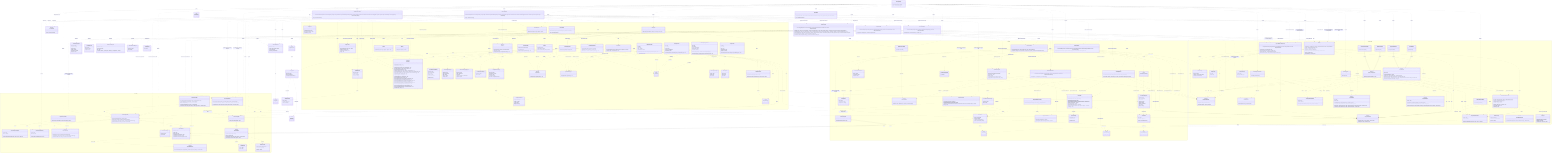
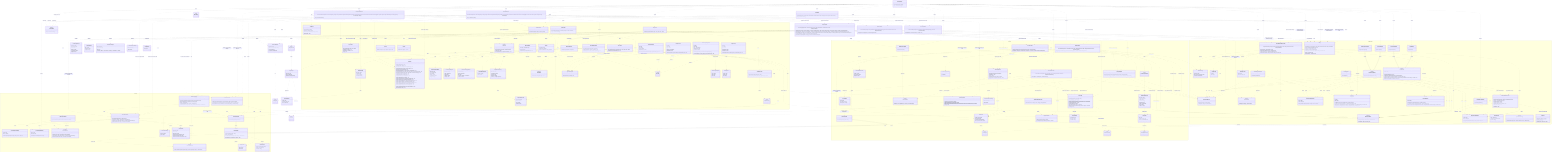
%% Authoritative, system-wide contract chart: every class and every relationship,
%% including the cross-domain interactions between modules.
%% For focused, per-domain views (intra-domain relationships only), see
%% docs/contracts/domains/ (one chart per domain + a README).
classDiagram
  direction TB

  class LicenseWizard {
    +LicenseWizard(args: string[])
    +run() Promise~Answer[]~
  }

  class IWizardMode {
    <<interface>>
    +run() Promise~Answer[]~
  }

  class InteractiveMode {
    +InteractiveMode(licenses: LicenseRepository, config: Config, manifests: ProjectManifestRepository, installer: LicenseInstaller, generator: LicenseGenerator, headers: HeaderApplier, renderer: IRenderer, reporter: IReporter, flags: WizardFlags)
    +run() Promise~Answer[]~
  }

  class NonInteractiveMode {
    +NonInteractiveMode(licenses: LicenseRepository, config: Config, manifests: ProjectManifestRepository, installer: LicenseInstaller, generator: LicenseGenerator, headers: HeaderApplier, reporter: IReporter, flags: WizardFlags, saveTargetByFlag: Record~string, string~)
    +run() Promise~Answer[]~
  }

  class VerifyMode {
    +VerifyMode(verifier: LicenseVerifier, headerVerifier: HeaderVerifier, config: Config, reporter: IReporter, strict: boolean)
    +run() Promise~Answer[]~
  }

  class WizardFlags {
    <<type>>
  }

  class HeaderApplier {
    +HeaderApplier(licenses: LicenseRepository, reader: IFileSystemReader & IPathResolver, writer: IFileSystemWriter)
    +apply(licenseId: string, style: HeaderStyle, comment: HeaderComment, tokens: Record~string, string~, extraIgnores: string[]) Promise~HeaderApplyReport~
    +preview(licenseId: string, style: HeaderStyle, comment: HeaderComment, tokens: Record~string, string~, extraIgnores: string[]) Promise~HeaderPreview | null~
    +forceApply(licenseId: string, style: HeaderStyle, comment: HeaderComment, tokens: Record~string, string~, file: string, options?: object) Promise~HeaderForceReport~
    +remove(extraIgnores: string[]) Promise~HeaderRemovalReport~
    +previewRemoval(extraIgnores: string[]) Promise~HeaderRemovalReport~
  }

  class HeaderApplyReport {
    +licenseId: string
    +style: HeaderStyle
    +total: number
    +written: number
    +unchanged: number
    +skipped: string[]
  }

  class HeaderPreview {
    +files: string[]
    +skipped: string[]
    +sample: string
  }

  class HeaderForceReport {
    +licenseId: string
    +style: HeaderStyle
    +file: string
    +outcome: "written" | "unchanged" | "missing" | "unsupported" | "outside"
  }

  class HeaderRemovalReport {
    +removed: string[]
    +total: number
  }

  class LicenseInstaller {
    +LicenseInstaller(config: Config, manifests: ProjectManifestRepository, generator: LicenseGenerator)
    +install(selection: LicenseSelection) Promise~void~
  }

  class LicenseVerifier {
    +LicenseVerifier(config: Config, manifests: ProjectManifestRepository, generator: LicenseGenerator, reader: IFileSystemReader)
    +verify(options: VerifyOptions) Promise~VerifyOutcome~
  }

  class LicenseSelection {
    +licenseId: string
    +tokens: Record~string, string~
    +save: ConfigSave
    +headers?: HeaderConfig
  }

  class ConfigSave {
    <<union>>
  }

  class VerifyOptions {
    +fix: boolean
  }

  class VerifyOutcome {
    <<union>>
  }

  class VerifyReport {
    +licenseId: string
    +license: DriftStatus
    +manifests: ManifestCheck[]
  }

  class ManifestCheck {
    +name: string
    +declared: string | null
    +status: DriftStatus
  }

  class DriftStatus {
    <<union>>
  }

  namespace CLI {
    class FlagParser {
      +FlagParser(flags: object)
      +parse(args: string[]) object
+       +resolveDependencies(flags: object) string
      +formatHelp() string
    }

    class Orchestrator {
      +Orchestrator(repository: QuestionRepository, renderer: IRenderer)
      +run() Promise~Answer[]~
    }

    class IRenderer {
      <<interface>>
      +render(question: Question) Promise~Answer~
      +onCancel() string
      +complete(summary: CompletionSummary) void
    }

    class CompletionSummary {
      +licenseId: string
      +customized: boolean
      +savedTo: string
      +manifests: string[]
      +headers?: CompletionHeaders
    }

    class CompletionHeaders {
      +style: HeaderStyle
      +written: number
      +total: number
      +skipped: string[]
    }

    class ProgressBar {
      +ProgressBar(label: string, out?: object)
      +start(total: number) void
      +update(done: number) void
      +stop() void
    }

    class ClackRenderer {
      +ClackRenderer(meta: object, spinner: Spinner)
    }

    class IReporter {
      <<interface>>
      +usage(options: string) void
      +version(version: string) void
      +tokens(licenseId: string, slots: TemplateSlot[]) void
      +generated(licenseId: string, savedTo: string) void
      +dryRun(report: DryRunReport) void
      +missingFields(licenseId: string, missing: TemplateSlot[]) void
      +unknownFields(licenseId: string, unknown: string[], slots: TemplateSlot[]) void
      +licenseNotFound(licenseId: string, suggestions: LicenseIndexEntry[]) void
      +verifyMatch(report: VerifyReport) void
      +verifyFixed(report: VerifyReport) void
      +verifyMismatch(report: VerifyReport) void
      +headersNoFiles(licenseId: string) void
      +headersGenerated(report: HeaderGenerateReport) void
      +headersDryRun(report: HeaderDryRunReport) void
      +headersForceApplied(report: HeaderForceApplyReport) void
      +headersRemoved(report: HeaderRemoveReport) void
      +headersRemoveDryRun(report: HeaderRemoveReport) void
      +headersVerifyMatch(report: HeaderVerifyReport) void
      +headersVerifyFixed(report: HeaderVerifyReport) void
      +headersVerifyMismatch(report: HeaderVerifyReport) void
      +error(message: string) void
    }

    class HeaderGenerateReport {
      +licenseId: string
      +style: HeaderStyle
      +total: number
      +written: number
      +unchanged: number
      +skipped: string[]
    }

    class HeaderDryRunReport {
      +licenseId: string
      +style: HeaderStyle
      +files: string[]
      +skipped: string[]
      +sample: string
    }

    class HeaderForceApplyReport {
      +licenseId: string
      +style: HeaderStyle
      +file: string
      +outcome: "written" | "unchanged"
      +dryRun: boolean
    }

    class HeaderRemoveReport {
      +removed: string[]
      +total: number
    }

    class DryRunReport {
      +licenseId: string
      +content: string
      +save: ConfigSave
      +manifests: string[]
    }

    class MessageReporter {
      +MessageReporter(sink: IOutputSink)
    }

    class CliReporter {
      +CliReporter(programName: string, out?: object, err?: object)
    }

    class IOutputSink {
      <<interface>>
      +emit(message: OutputMessage) void
    }

    class StreamSink {
      +StreamSink(presenter: ReportPresenter, out?: object, err?: object)
      +emit(message: OutputMessage) void
    }

    class RecordingSink {
      +RecordingSink()
      +emit(message: OutputMessage) void
      +messages: OutputMessage[]
    }

    class ReportPresenter {
      +ReportPresenter(programName: string)
      +present(message: OutputMessage, options: object) string
    }

    class OutputMessage {
      <<union>>
    }

    class Banner {
      +buildBanner(meta: object, options: object) string
    }

    class Spinner {
      +start(handle: object) Function
    }

    class QuestionRepository {
      +QuestionRepository(questions: Question[])
      +getByIndex(index: number) Question | null
      +insertAt(index: number, questions: Question[]) void
    }

    class QuestionLifecycle {
      +inject(questions: Question[]) void
    }

    class Question {
      <<union>>
    }

    class TextQuestion {
      +id: string
      +text: string
      +type: "text"
      +defaultValue: string
      +required?: boolean
      +onAnswer(answer: Answer, lifecycle: QuestionLifecycle) void
    }

    class ConfirmQuestion {
      +id: string
      +text: string
      +type: "confirm"
      +defaultValue: boolean
      +onAnswer(answer: Answer, lifecycle: QuestionLifecycle) void
    }

    class AutocompleteQuestion {
      +id: string
      +text: string
      +type: "autocomplete"
      +defaultValue: string
      +required?: boolean
      +search(query: string) Promise~AutocompleteOption[]~
      +onAnswer(answer: Answer, lifecycle: QuestionLifecycle) void
    }

    class AutocompleteOption {
      +value: string
      +label: string
      +hint: string
    }

    class SelectQuestion {
      +id: string
      +text: string
      +type: "select"
      +options: SelectOption[]
      +defaultValue: string
      +onAnswer(answer: Answer, lifecycle: QuestionLifecycle) void
    }

    class SelectOption {
      +value: string
      +label: string
      +hint: string
    }

    class Answer {
      +questionId: string
      +value: string | boolean
      +fields: Record~string, string | boolean~
    }
  }

  namespace Licensing {
    class LicenseRepository {
      +LicenseRepository(source: ILicenseSource)
      +search(query: string) Promise~LicenseIndexEntry[]~
      +suggest(query: string, limit: number) Promise~LicenseIndexEntry[]~
      +getLicense(licenseId: string) Promise~LicenseDetail~
    }

    class LicenseRepositoryError {
      +name: string
      +cause: unknown
      +LicenseRepositoryError(message: string, cause?: unknown)
    }

    class LicenseNotFoundError {
      +name: string
      +licenseId: string
      +LicenseNotFoundError(licenseId: string)
    }

    class ILicenseSource {
      <<interface>>
      +search(query: string) Promise~LicenseIndexEntry[]~
      +suggest(query: string, limit: number) Promise~LicenseIndexEntry[]~
      +fetchLicense(licenseId: string) Promise~LicenseDetail~
    }

    class SpdxLicenseSource {
      +SpdxLicenseSource(ttlMs?: number, timeoutMs?: number)
    }

    class LicenseIndexEntry {
      +licenseId: string
      +name: string
    }

    class LicenseDetail {
      +licenseId: string
      +name: string
      +licenseText: string
      +standardLicenseTemplate?: string
      +standardLicenseHeader?: string
      +standardLicenseHeaderTemplate?: string
    }

    class SpdxTemplate {
      <<abstract>>
      +SpdxTemplate(template: string)
      +slots() TemplateSlot[]
      +resolveSlots(entries: Map~string, string~) SlotResolution
      +render(values: Record~string, string~) string
    }

    class LicenseTemplate {
      +LicenseTemplate(template: string)
    }

    class LicenseCopyright {
      +LicenseCopyright(bodyTemplate: string, headerTemplate: string)
      +fromDetail(detail: LicenseDetail)$ LicenseCopyright
      +slots() TemplateSlot[]
      +requiredSlots(fullHeader: boolean) TemplateSlot[]
      +resolveFor(entries: Map~string, string~, fullHeader: boolean) SlotResolution
    }

    class resolveSlotEntries {
      <<function>>
      +resolveSlotEntries(slots: TemplateSlot[], entries: Map~string, string~) SlotResolution
    }

    class TemplateSlot {
      +token: string
      +label: string
    }

    class SlotResolution {
      +values: Record~string, string~
      +missing: TemplateSlot[]
      +unknown: string[]
    }

    class LicenseGenerator {
      +LicenseGenerator(repository: LicenseRepository, writer: IFileSystemWriter)
      +generate(licenseId: string, slotValues?: Record~string, string~) Promise~void~
      +render(licenseId: string, slotValues?: Record~string, string~) Promise~string~
    }
  }

  namespace Configuration {
    class IFileSystemReader {
      <<interface>>
      +read(path: string) Promise~string~
      +exists(path: string) Promise~boolean~
    }

    class IPathResolver {
      <<interface>>
      +realPath(path: string) Promise~string~
    }

    class IFileSystemWriter {
      <<interface>>
      +write(path: string, content: string) Promise~void~
      +delete(path: string) Promise~void~
    }

    class NodeFileSystemReader {
      +NodeFileSystemReader()
    }

    class NodeFileSystemWriter {
      +NodeFileSystemWriter()
    }

    class FileSystemReaderError {
      +name: string
      +cause: unknown
      +FileSystemReaderError(message: string, cause?: unknown)
    }

    class FileSystemWriterError {
      +name: string
      +cause: unknown
      +FileSystemWriterError(message: string, cause?: unknown)
    }

    class WizardConfig {
      +licenseId: string
      +tokens?: Record~string, string~
      +headers?: HeaderConfig
    }

    class HeaderConfig {
      +style: HeaderStyle
      +comment?: HeaderComment
      +ignore?: string[]
    }

    class parseWizardConfig {
      <<function>>
      +parseWizardConfig(value: unknown, fileName: string) WizardConfig
    }

    class ConfigTarget {
      +id: string
      +label: string
    }

    class IConfigStore {
      <<interface>>
      +id: string
      +label: string
      +available(reader: IFileSystemReader) Promise~boolean~
      +read(reader: IFileSystemReader) Promise~WizardConfig | null~
      +write(reader: IFileSystemReader, writer: IFileSystemWriter, config: WizardConfig) Promise~void~
      +clear(reader: IFileSystemReader, writer: IFileSystemWriter) Promise~void~
    }

    class RcConfigStore {
      +RcConfigStore()
    }

    class ManifestConfigStore {
      <<abstract>>
      +ManifestConfigStore(fileName: string)
    }

    class NpmConfigStore {
      +NpmConfigStore()
    }

    class ComposerConfigStore {
      +ComposerConfigStore()
    }

    class Config {
      +Config(stores: IConfigStore[], reader: IFileSystemReader, writer: IFileSystemWriter)
      +read() Promise~WizardConfig | null~
      +source() Promise~string | null~
      +targets() Promise~ConfigTarget[]~
      +write(config: WizardConfig, targetId: string) Promise~void~
      +clear() Promise~void~
      +clearHeaders() Promise~void~
    }

    class IProjectManifest {
      <<interface>>
      +name: string
      +exists(reader: IFileSystemReader) Promise~boolean~
      +readLicense(reader: IFileSystemReader) Promise~string | null~
      +writeLicense(reader: IFileSystemReader, writer: IFileSystemWriter, licenseId: string) Promise~void~
    }

    class JsonManifest {
      <<abstract>>
      +JsonManifest(fileName: string)
      +name: string
      +exists(reader: IFileSystemReader) Promise~boolean~
      +readLicense(reader: IFileSystemReader) Promise~string | null~
      +writeLicense(reader: IFileSystemReader, writer: IFileSystemWriter, licenseId: string) Promise~void~
      #extractLicenseId(value: unknown)* string | null
    }

    class NpmManifest {
      +NpmManifest()
    }

    class ComposerManifest {
      +ComposerManifest()
    }

    class ProjectManifestRepository {
      +ProjectManifestRepository(manifests: IProjectManifest[], reader: IFileSystemReader, writer: IFileSystemWriter)
      +readLicense() Promise~string | null~
      +writeLicense(licenseId: string) Promise~void~
      +declaredLicenses() Promise~ManifestLicense[]~
      +writeLicenseTo(name: string, licenseId: string) Promise~void~
    }

    class ManifestLicense {
      +name: string
      +licenseId: string | null
    }

    class JsonManifestDocument {
      +read(raw: string, fileName: string)$ JsonManifestDocument
      +empty()$ JsonManifestDocument
      +has(field: string) boolean
      +get(field: string) unknown
      +set(field: string, value: unknown) void
      +delete(field: string) void
      +serialize() string
    }

    class JsonStyle {
      +detect(raw: string)$ JsonStyle
      +default()$ JsonStyle
      +serialize(value: unknown) string
    }
  }

  namespace Headers {
    class HeaderPlan {
      +detail: LicenseDetail
      +style: HeaderStyle
      +comment: HeaderComment
      +tokens: Record~string, string~
    }

    class HeaderStyle {
      <<union>>
    }

    class HeaderComment {
      <<union>>
    }

    class HeaderRenderer {
      +HeaderRenderer(plan: HeaderPlan)
      +supportsFull(detail: LicenseDetail)$ boolean
      +fullHeaderHasUnfilledPlaceholders(detail: LicenseDetail, tokens: Record~string, string~)$ boolean
      +body() string
    }

    class HeaderTemplate {
      +HeaderTemplate(template: string)
    }

    class HeaderComposer {
      +HeaderComposer(plan: HeaderPlan)
      +fingerprint() string
      +block() string
      +hasManaged(content: string) boolean
      +apply(content: string, filePath: string) string
    }

    class SourceFileScanner {
      +SourceFileScanner(walker: IFileTreeWalker, reader: IFileSystemReader, matchers?: GitignoreMatcherFactory)
      +scan(options?: ScanOptions) Promise~string[]~
    }

    class ScanOptions {
      +root?: string
      +extensions?: string[]
      +extraIgnores?: string[]
    }

    class GitignoreMatcher {
      +GitignoreMatcher(patterns: string[])
      +ignores(path: string, isDirectory: boolean) boolean
    }

    class GitignoreMatcherFactory {
      +fromContent(content: string, extra?: string[]) GitignoreMatcher
    }

    class IFileTreeWalker {
      <<interface>>
      +walk(root: string, skipDirectory: Function) Promise~string[]~
    }

    class NodeFileTreeWalker {
      +NodeFileTreeWalker()
    }

    class HeaderInstaller {
      +HeaderInstaller(reader: IFileSystemReader, writer: IFileSystemWriter)
      +install(files: string[], plan: HeaderPlan, onProgress?: Function) Promise~HeaderInstallSummary~
    }

    class HeaderInstallSummary {
      +written: string[]
      +unchanged: string[]
      +skipped: string[]
    }

    class SourceFile {
      +SourceFile(content: string, path: string)
      +extensionOf(path: string)$ string
      +commentStyleFor(comment?: HeaderComment)$ CommentStyle
      +hasManagedHeader() boolean
      +canPlaceHeader() boolean
      +withoutManagedHeaders() SourceFile
      +withManagedHeader(block: string, options?: object) SourceFile
      +toString() string
    }

    class CommentStyle {
      +blockStart: string
      +linePrefix: string
      +blockEnd: string
    }

    class HeaderRemover {
      +HeaderRemover(reader: IFileSystemReader, writer: IFileSystemWriter)
      +remove(files: string[], onProgress?: Function) Promise~HeaderRemoveSummary~
    }

    class HeaderRemoveSummary {
      +removed: string[]
      +total: number
    }

    class HeaderVerifier {
      +HeaderVerifier(scanner: SourceFileScanner, reader: IFileSystemReader, writer: IFileSystemWriter, licenses: LicenseRepository)
      +verify(config: WizardConfig, options: HeaderVerifyOptions) Promise~HeaderVerifyOutcome~
    }

    class HeaderVerifyOptions {
      +fix: boolean
    }

    class HeaderVerifyOutcome {
      <<union>>
    }

    class HeaderVerifyReport {
      +licenseId: string
      +style: HeaderStyle
      +total: number
      +matched: string[]
      +missing: string[]
      +drifted: HeaderDrift[]
      +fixed: string[]
      +skipped: string[]
    }

    class HeaderDrift {
      +file: string
      +declares: object | null
      +reason: HeaderDriftReason
    }

    class HeaderDriftReason {
      <<union>>
    }
  }

  TextQuestion ..|> Question : member of
  ConfirmQuestion ..|> Question : member of
  AutocompleteQuestion ..|> Question : member of
  SelectQuestion ..|> Question : member of
  TextQuestion ..> QuestionLifecycle : onAnswer receives
  ConfirmQuestion ..> QuestionLifecycle : onAnswer receives
  AutocompleteQuestion ..> QuestionLifecycle : onAnswer receives
  SelectQuestion ..> QuestionLifecycle : onAnswer receives
  SelectQuestion ..> SelectOption : offers
  Orchestrator ..> QuestionLifecycle : creates
  ClackRenderer ..|> IRenderer : implements
  ClackRenderer ..> Spinner : uses
  ClackRenderer ..> Banner : renders
  IRenderer ..> CompletionSummary : renders
  ClackRenderer ..> CompletionSummary : renders
  MessageReporter ..|> IReporter : implements
  CliReporter --|> MessageReporter : terminal wiring
  MessageReporter ..> IOutputSink : emits to
  MessageReporter ..> OutputMessage : builds
  StreamSink ..|> IOutputSink : implements
  RecordingSink ..|> IOutputSink : implements
  StreamSink ..> ReportPresenter : renders with
  ReportPresenter ..> OutputMessage : renders
  CliReporter ..> StreamSink : wires
  CliReporter ..> ReportPresenter : wires
  MessageReporter ..> TemplateSlot : reads
  MessageReporter ..> VerifyReport : reads
  MessageReporter ..> DryRunReport : reads
  %% Composition root: LicenseWizard parses flags, builds the shared graph, and
  %% delegates each run to one of the three modes through IWizardMode.
  LicenseWizard ..> FlagParser : uses
  LicenseWizard ..> WizardFlags : parses
  LicenseWizard ..> CliReporter : creates
  LicenseWizard ..> IReporter : reports usage through
  LicenseWizard ..> ClackRenderer : creates
  LicenseWizard ..> SpdxLicenseSource : creates
  LicenseWizard ..> LicenseRepository : creates
  LicenseWizard ..> LicenseGenerator : creates
  LicenseWizard ..> LicenseInstaller : creates
  LicenseWizard ..> HeaderApplier : creates
  LicenseWizard ..> LicenseVerifier : creates
  LicenseWizard ..> IWizardMode : delegates the run to
  LicenseWizard ..> InteractiveMode : creates
  LicenseWizard ..> NonInteractiveMode : creates
  LicenseWizard ..> VerifyMode : creates
  InteractiveMode ..|> IWizardMode : implements
  NonInteractiveMode ..|> IWizardMode : implements
  VerifyMode ..|> IWizardMode : implements

  %% Interactive mode: the prompt-driven setup flow.
  InteractiveMode ..> ClackRenderer : renders through
  InteractiveMode ..> IRenderer : reports completion through
  InteractiveMode ..> Orchestrator : creates
  InteractiveMode ..> QuestionRepository : creates
  InteractiveMode ..> LicenseRepository : searches and resolves with
  InteractiveMode ..> LicenseTemplate : creates
  InteractiveMode ..> HeaderRenderer : checks full-header support with
  InteractiveMode ..> LicenseInstaller : applies selection through
  InteractiveMode ..> HeaderApplier : applies headers through
  InteractiveMode ..> LicenseGenerator : renders dry-run preview through
  InteractiveMode ..> Config : reads config and targets from
  InteractiveMode ..> ProjectManifestRepository : reads and reports manifests through
  InteractiveMode ..> IReporter : reports dry-run through
  InteractiveMode ..> LicenseSelection : builds
  InteractiveMode ..> DryRunReport : builds

  %% Non-interactive mode: flag-driven generation, apply-config, and removal.
  NonInteractiveMode ..> LicenseRepository : resolves and suggests with
  NonInteractiveMode ..> LicenseTemplate : creates
  NonInteractiveMode ..> HeaderRenderer : checks full-header support with
  NonInteractiveMode ..> LicenseInstaller : applies selection through
  NonInteractiveMode ..> HeaderApplier : applies headers through
  NonInteractiveMode ..> LicenseGenerator : renders dry-run preview through
  NonInteractiveMode ..> Config : reads config and clears headers through
  NonInteractiveMode ..> ProjectManifestRepository : reports manifests through
  NonInteractiveMode ..> IReporter : reports through
  NonInteractiveMode ..> LicenseSelection : builds
  NonInteractiveMode ..> DryRunReport : builds
  NonInteractiveMode ..> LicenseNotFoundError : handles

  %% Verify mode: LICENSE/manifest and source-header verification.
  VerifyMode ..> LicenseVerifier : verifies through
  VerifyMode ..> HeaderVerifier : verifies headers through
  VerifyMode ..> Config : reads config from
  VerifyMode ..> IReporter : reports through

  LicenseInstaller ..> Config : uses
  LicenseInstaller ..> ProjectManifestRepository : writes selection to
  LicenseInstaller ..> LicenseGenerator : uses
  LicenseInstaller ..> LicenseSelection : applies
  LicenseVerifier ..> Config : reads config from
  LicenseVerifier ..> ProjectManifestRepository : checks and reconciles manifests through
  LicenseVerifier ..> LicenseGenerator : re-renders and rewrites with
  LicenseVerifier ..> IFileSystemReader : reads LICENSE through
  LicenseVerifier ..> VerifyOptions : configured by
  LicenseVerifier ..> VerifyOutcome : returns
  VerifyOutcome ..> VerifyReport : carries
  VerifyReport ..> ManifestCheck : aggregates
  VerifyReport ..> DriftStatus : statuses by
  ManifestCheck ..> DriftStatus : status by
  ProjectManifestRepository ..> ManifestLicense : produces
  LicenseSelection ..> ConfigSave : has
  DryRunReport ..> ConfigSave : carries
  Orchestrator ..> QuestionRepository : gets questions from
  Orchestrator ..> IRenderer : feeds questions to
  ClackRenderer ..> Question : renders
  QuestionRepository ..> Question : produces
  AutocompleteQuestion ..> AutocompleteOption : search produces
  Orchestrator ..> Answer : collects
  SpdxLicenseSource ..|> ILicenseSource : implements
  LicenseRepository ..> ILicenseSource : uses
  LicenseRepository ..> LicenseIndexEntry : produces
  LicenseRepository ..> LicenseDetail : produces
  LicenseRepository ..> LicenseRepositoryError : throws
  LicenseRepository ..> LicenseNotFoundError : throws
  SpdxLicenseSource ..> LicenseNotFoundError : throws
  MessageReporter ..> LicenseIndexEntry : reads
  LicenseGenerator ..> LicenseRepository : uses
  LicenseGenerator ..> IFileSystemWriter : uses
  LicenseGenerator ..> LicenseTemplate : uses
  LicenseTemplate --|> SpdxTemplate : extends
  LicenseCopyright ..> LicenseTemplate : parses body and header with
  LicenseCopyright ..> resolveSlotEntries : resolves with
  SpdxTemplate ..> resolveSlotEntries : resolves with
  HeaderTemplate --|> SpdxTemplate : extends
  SpdxTemplate ..> TemplateSlot : produces
  SpdxTemplate ..> SlotResolution : produces
  NodeFileSystemReader ..|> IFileSystemReader : implements
  NodeFileSystemReader ..|> IPathResolver : implements
  NodeFileSystemWriter ..|> IFileSystemWriter : implements
  NodeFileSystemReader ..> FileSystemReaderError : throws
  NodeFileSystemWriter ..> FileSystemWriterError : throws
  Config ..> IConfigStore : coordinates
  Config ..> IFileSystemReader : uses
  Config ..> IFileSystemWriter : uses
  Config ..> WizardConfig : produces
  Config ..> ConfigTarget : produces
  Config ..> FileSystemWriterError : throws
  RcConfigStore ..|> IConfigStore : implements
  ManifestConfigStore ..|> IConfigStore : implements
  NpmConfigStore --|> ManifestConfigStore : extends
  ComposerConfigStore --|> ManifestConfigStore : extends
  RcConfigStore ..> IFileSystemReader : uses
  RcConfigStore ..> IFileSystemWriter : uses
  RcConfigStore ..> FileSystemReaderError : throws
  RcConfigStore ..> FileSystemWriterError : throws
  ManifestConfigStore ..> IFileSystemReader : uses
  ManifestConfigStore ..> IFileSystemWriter : uses
  ManifestConfigStore ..> FileSystemReaderError : throws
  ManifestConfigStore ..> FileSystemWriterError : throws
  JsonManifest ..|> IProjectManifest : implements
  NpmManifest --|> JsonManifest : extends
  ComposerManifest --|> JsonManifest : extends
  JsonManifest ..> IFileSystemReader : uses
  JsonManifest ..> IFileSystemWriter : uses
  JsonManifest ..> FileSystemReaderError : throws
  JsonManifest ..> FileSystemWriterError : throws
  JsonManifest ..> JsonManifestDocument : reads & writes through
  ManifestConfigStore ..> JsonManifestDocument : reads & writes through
  JsonManifestDocument ..> JsonStyle : preserves formatting with
  JsonManifestDocument ..> FileSystemWriterError : throws
  ProjectManifestRepository ..> IProjectManifest : coordinates
  ProjectManifestRepository ..> IFileSystemReader : uses
  ProjectManifestRepository ..> IFileSystemWriter : uses
  LicenseWizard ..> NodeFileSystemReader : creates
  LicenseWizard ..> NodeFileSystemWriter : creates
  LicenseWizard ..> Config : creates
  LicenseWizard ..> RcConfigStore : creates
  LicenseWizard ..> NpmConfigStore : creates
  LicenseWizard ..> ComposerConfigStore : creates
  LicenseWizard ..> NpmManifest : creates
  LicenseWizard ..> ComposerManifest : creates
  LicenseWizard ..> ProjectManifestRepository : creates
  LicenseWizard ..> HeaderVerifier : creates
  LicenseWizard ..> SourceFileScanner : creates
  LicenseWizard ..> NodeFileTreeWalker : creates
  %% HeaderApplier owns the source-file header surface for both write modes.
  HeaderApplier ..> SourceFileScanner : creates
  HeaderApplier ..> NodeFileTreeWalker : creates
  HeaderApplier ..> HeaderInstaller : creates
  HeaderApplier ..> HeaderInstaller : writes headers through
  HeaderApplier ..> HeaderRemover : creates
  HeaderApplier ..> HeaderRemover : removes headers through
  HeaderApplier ..> SourceFile : previews removal with
  HeaderApplier ..> HeaderComposer : previews header block with
  HeaderApplier ..> ProgressBar : drives header progress with
  HeaderApplier ..> HeaderPlan : builds
  HeaderApplier ..> LicenseRepository : fetches header detail through
  HeaderApplier ..> HeaderApplyReport : produces
  HeaderApplier ..> HeaderPreview : produces
  HeaderApplier ..> HeaderForceReport : produces
  HeaderApplier ..> IPathResolver : confines forced writes through
  HeaderApplier ..> HeaderRemovalReport : produces
  MessageReporter ..> HeaderGenerateReport : reads
  MessageReporter ..> HeaderDryRunReport : reads
  MessageReporter ..> HeaderForceApplyReport : reads
  MessageReporter ..> HeaderRemoveReport : reads
  MessageReporter ..> HeaderVerifyReport : reads
  MessageReporter ..> HeaderDrift : reduces drift from
  HeaderConfig ..> HeaderStyle : style by
  HeaderConfig ..> HeaderComment : comment by
  HeaderPlan ..> LicenseDetail : carries
  HeaderPlan ..> HeaderStyle : styled by
  HeaderPlan ..> HeaderComment : commented as
  SourceFile ..> HeaderComment : selects opener by
  HeaderRenderer ..> HeaderPlan : renders
  HeaderRenderer ..> HeaderTemplate : substitutes header template with
  HeaderComposer ..> HeaderPlan : composes
  HeaderComposer ..> HeaderRenderer : renders body with
  HeaderInstaller ..> HeaderComposer : applies header with
  HeaderInstaller ..> HeaderPlan : applies
  HeaderInstaller ..> IFileSystemReader : reads files through
  HeaderInstaller ..> IFileSystemWriter : writes files through
  HeaderInstaller ..> HeaderInstallSummary : produces
  HeaderRemover ..> SourceFile : strips header through
  HeaderRemover ..> IFileSystemReader : reads files through
  HeaderRemover ..> IFileSystemWriter : writes files through
  HeaderRemover ..> HeaderRemoveSummary : produces
  HeaderComposer ..> SourceFile : places header through
  SourceFile ..> CommentStyle : wraps with
  SourceFileScanner ..> SourceFile : derives extension with
  HeaderVerifier ..> SourceFileScanner : rediscovers files through
  HeaderVerifier ..> HeaderComposer : compares against
  HeaderVerifier ..> LicenseRepository : fetches header detail through
  HeaderVerifier ..> IFileSystemReader : reads files through
  HeaderVerifier ..> IFileSystemWriter : rewrites files through
  HeaderVerifier ..> WizardConfig : verifies against
  HeaderVerifier ..> HeaderVerifyOptions : configured by
  HeaderVerifier ..> HeaderVerifyOutcome : returns
  HeaderVerifyOutcome ..> HeaderVerifyReport : carries
  HeaderVerifyReport ..> HeaderDrift : details drift by
  HeaderDrift ..> HeaderDriftReason : explained by
  HeaderVerifier ..> HeaderDrift : classifies drift into
  SourceFileScanner ..> IFileTreeWalker : walks with
  SourceFileScanner ..> IFileSystemReader : reads .gitignore through
  SourceFileScanner ..> GitignoreMatcherFactory : builds matchers with
  SourceFileScanner ..> GitignoreMatcher : filters with
  SourceFileScanner ..> ScanOptions : configured by
  GitignoreMatcherFactory ..> GitignoreMatcher : creates
  NodeFileTreeWalker ..|> IFileTreeWalker : implements
  ClackRenderer ..> CompletionHeaders : renders
  CompletionSummary ..> CompletionHeaders : carries
